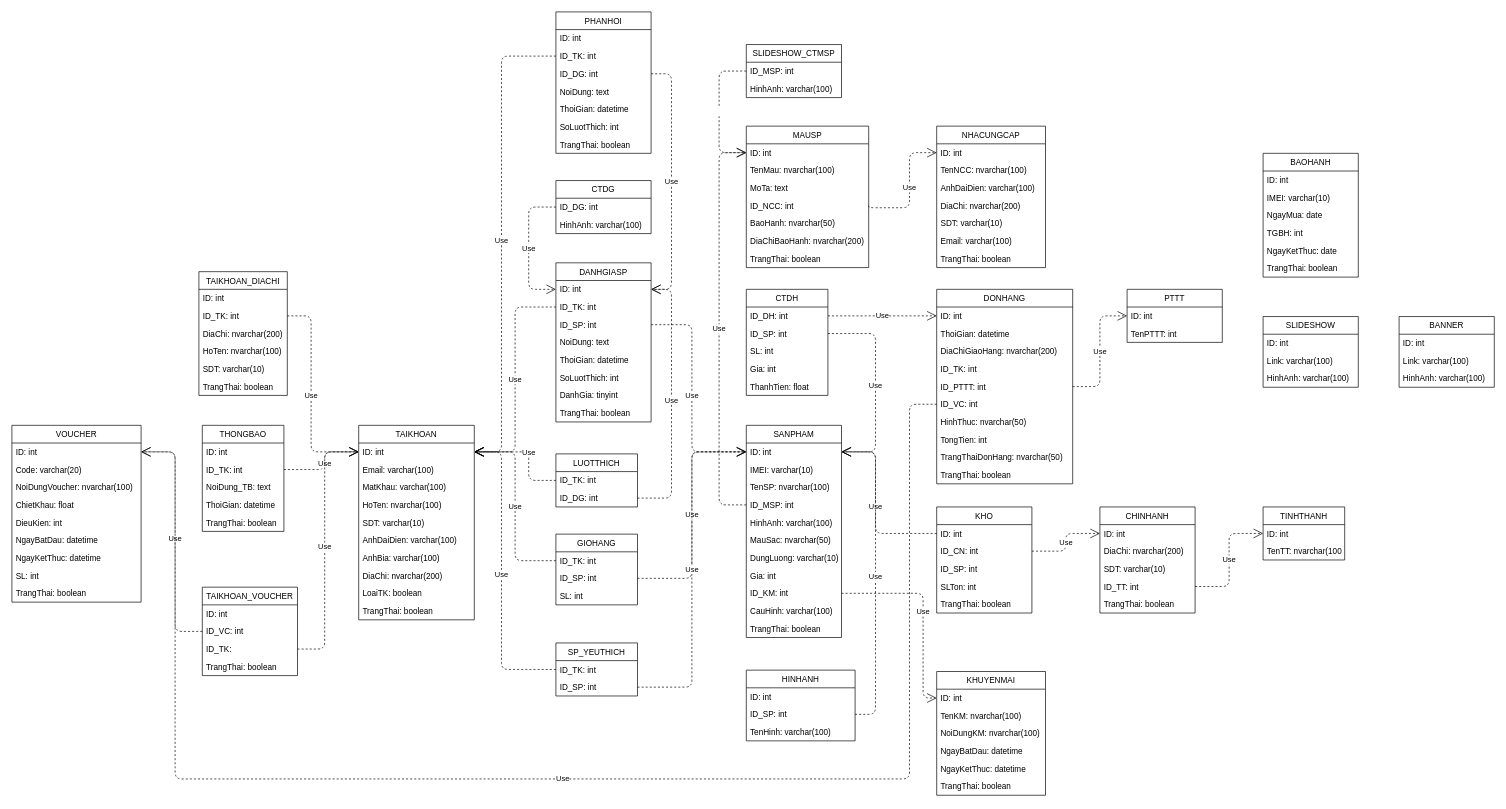
The draw.io diagram Mô hình/ClassDiagram_CSDL.drawio in LammVuu/DATT, before the edit. Source tidied: cells renumbered, new cells numbered last; positions are measured from the earlier drawing's top-left corner, leaving out a move shared by most shapes. Both pictures are drawn from the tidied source at 68%, with x=0, y=0 at pixel (12, 12).
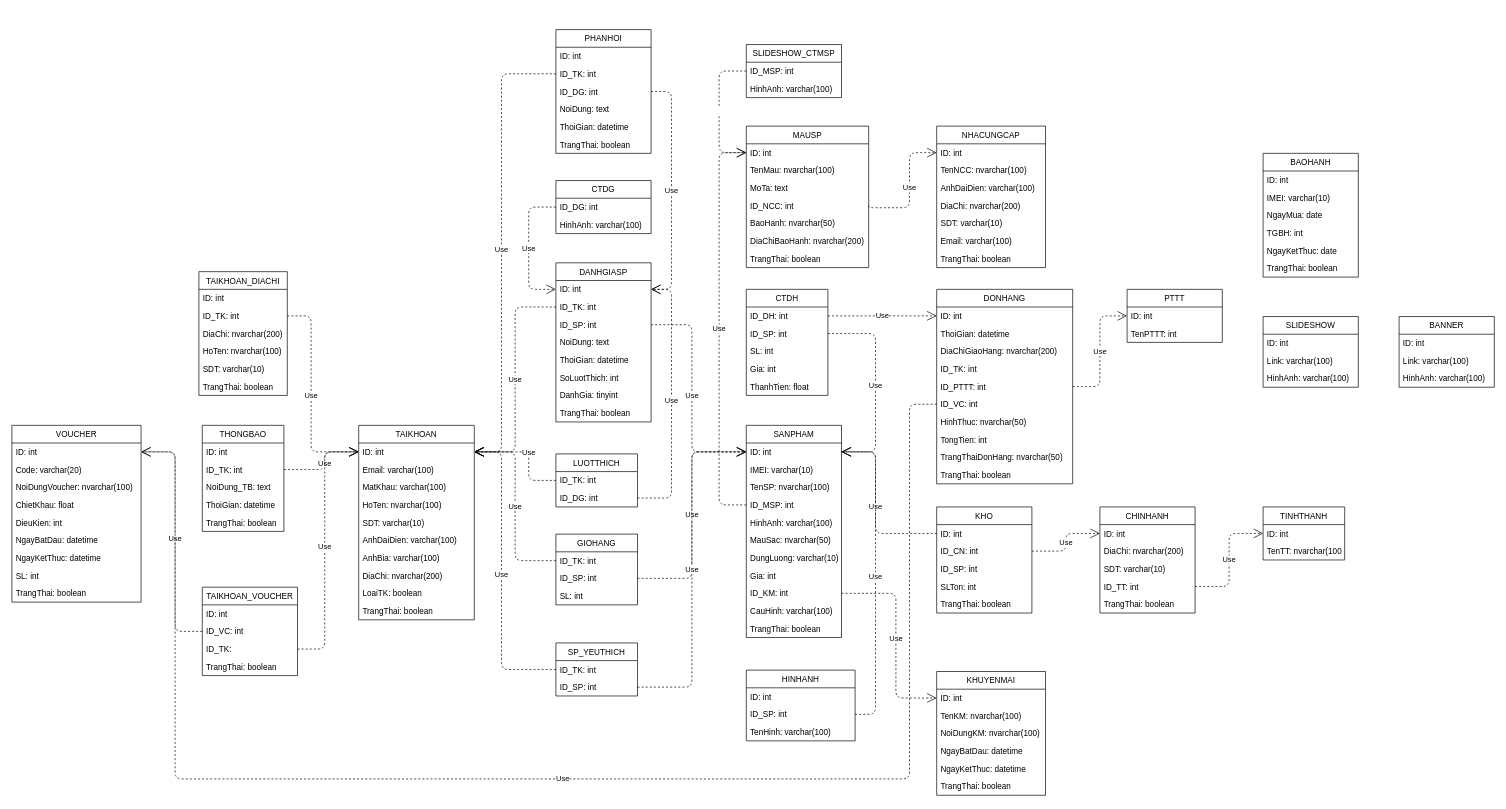
The same page after the edit.

The change refers to these unchanged cells:
```xml
<mxCell id="27" value="ID_KM: int" style="text;strokeColor=none;fillColor=none;align=left;verticalAlign=top;spacingLeft=4;spacingRight=4;overflow=hidden;points=[[0,0.5],[1,0.5]];portConstraint=eastwest;" parent="18" vertex="1">
  <mxGeometry y="234" width="140" height="26" as="geometry" />
</mxCell>
<mxCell id="31" value="ID: int" style="text;strokeColor=none;fillColor=none;align=left;verticalAlign=top;spacingLeft=4;spacingRight=4;overflow=hidden;points=[[0,0.5],[1,0.5]];portConstraint=eastwest;" parent="30" vertex="1">
  <mxGeometry y="26" width="160" height="26" as="geometry" />
</mxCell>
<mxCell id="58" value="ID: int" style="text;strokeColor=none;fillColor=none;align=left;verticalAlign=top;spacingLeft=4;spacingRight=4;overflow=hidden;points=[[0,0.5],[1,0.5]];portConstraint=eastwest;" parent="57" vertex="1">
  <mxGeometry y="26" width="170" height="26" as="geometry" />
</mxCell>
<mxCell id="69" value="ID: int" style="text;strokeColor=none;fillColor=none;align=left;verticalAlign=top;spacingLeft=4;spacingRight=4;overflow=hidden;points=[[0,0.5],[1,0.5]];portConstraint=eastwest;" parent="68" vertex="1">
  <mxGeometry y="26" width="140" height="26" as="geometry" />
</mxCell>
<mxCell id="121" value="ID_TK: int" style="text;strokeColor=none;fillColor=none;align=left;verticalAlign=top;spacingLeft=4;spacingRight=4;overflow=hidden;points=[[0,0.5],[1,0.5]];portConstraint=eastwest;" parent="119" vertex="1">
  <mxGeometry y="52" width="140" height="26" as="geometry" />
</mxCell>
<mxCell id="122" value="ID_DG: int" style="text;strokeColor=none;fillColor=none;align=left;verticalAlign=top;spacingLeft=4;spacingRight=4;overflow=hidden;points=[[0,0.5],[1,0.5]];portConstraint=eastwest;" parent="119" vertex="1">
  <mxGeometry y="78" width="140" height="26" as="geometry" />
</mxCell>
```

The edit, as a diff of the source:
```diff
@@
     <mxCell id="85" value="Use" style="endArrow=open;endSize=12;dashed=1;html=1;edgeStyle=orthogonalEdgeStyle;entryX=0;entryY=0.5;entryDx=0;entryDy=0;exitX=1;exitY=0.5;exitDx=0;exitDy=0;" parent="1" edge="1" source="27" target="31">
       <mxGeometry relative="1" as="geometry">
         <Array as="points">
-          <mxPoint x="1340" y="855" />
-          <mxPoint x="1340" y="1009" />
+          <mxPoint x="1300" y="855" />
+          <mxPoint x="1300" y="1009" />
         </Array>
       </mxGeometry>
     </mxCell>
@@
     <mxCell id="119" value="PHANHOI" style="swimlane;fontStyle=0;horizontal=1;startSize=26;fillColor=none;" parent="1" vertex="1">
-      <mxGeometry x="800" width="140" height="208" as="geometry" />
+      <mxGeometry x="800" y="26" width="140" height="182" as="geometry" />
     </mxCell>
@@
-    <mxCell id="125" value="SoLuotThich: int" style="text;strokeColor=none;fillColor=none;align=left;verticalAlign=top;spacingLeft=4;spacingRight=4;overflow=hidden;" parent="119" vertex="1">
-      <mxGeometry y="156" width="140" height="26" as="geometry" />
-    </mxCell>
     <mxCell id="126" value="TrangThai: boolean" style="text;strokeColor=none;fillColor=none;align=left;verticalAlign=top;spacingLeft=4;spacingRight=4;overflow=hidden;" parent="119" vertex="1">
-      <mxGeometry y="182" width="140" height="26" as="geometry" />
+      <mxGeometry y="156" width="140" height="26" as="geometry" />
     </mxCell>
@@
     <mxCell id="161" value="Use" style="endArrow=open;endSize=12;dashed=1;html=1;entryX=1;entryY=0.5;entryDx=0;entryDy=0;exitX=1;exitY=0.5;exitDx=0;exitDy=0;edgeStyle=orthogonalEdgeStyle;" parent="1" edge="1" source="122" target="69">
       <mxGeometry relative="1" as="geometry">
         <Array as="points">
-          <mxPoint x="970" y="91" />
+          <mxPoint x="970" y="117" />
           <mxPoint x="970" y="408" />
         </Array>
       </mxGeometry>
     </mxCell>
@@
     <mxCell id="168" value="Use" style="endArrow=open;endSize=12;dashed=1;html=1;entryX=1;entryY=0.5;entryDx=0;entryDy=0;edgeStyle=orthogonalEdgeStyle;exitX=0;exitY=0.5;exitDx=0;exitDy=0;" parent="1" edge="1" source="121" target="58">
       <mxGeometry relative="1" as="geometry">
         <Array as="points">
-          <mxPoint x="720" y="65" />
+          <mxPoint x="720" y="91" />
           <mxPoint x="720" y="647" />
         </Array>
       </mxGeometry>
     </mxCell>
```
